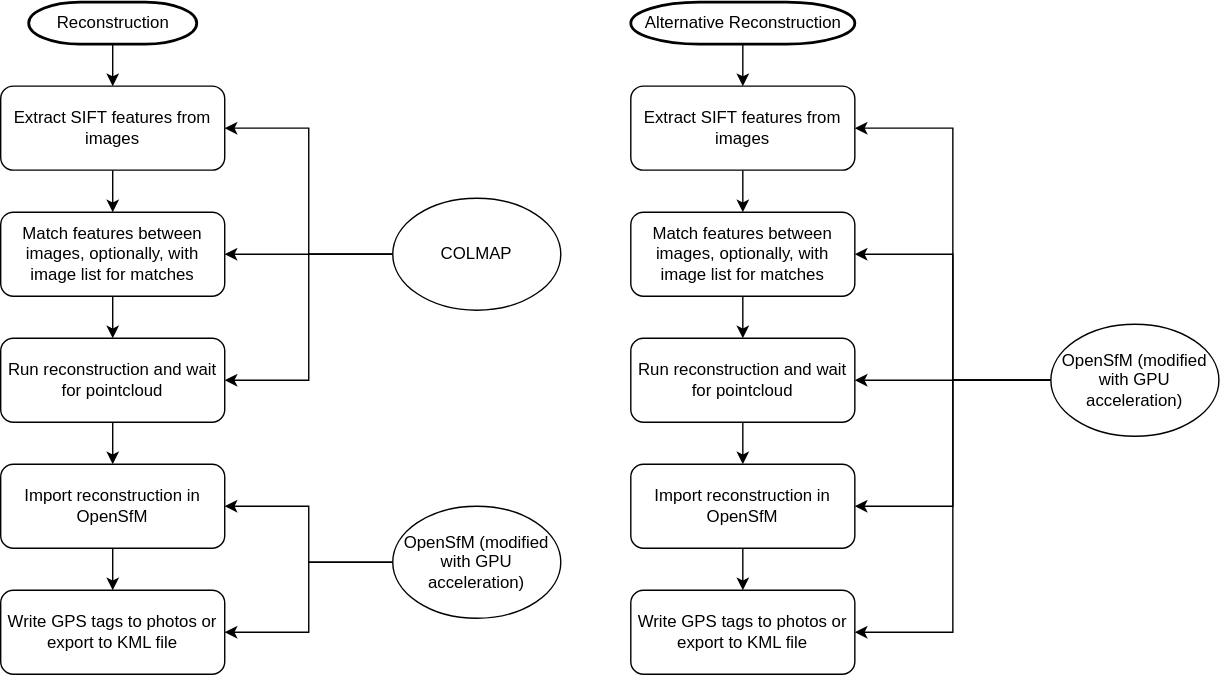
This is flowchart_reconstruction.svg from wiktoraleksanderkaczor/honours_approaches, a draw.io export, as it was before one commit. Source tidied: cells renumbered, new cells last; positions are measured from the earlier drawing's top-left corner, leaving out a move shared by most shapes. Source of this version:
```xml
<mxGraphModel background="#ffffff">
  <root>
    <mxCell id="0" />
    <mxCell id="1" parent="0" />
    <mxCell id="2" style="edgeStyle=orthogonalEdgeStyle;rounded=0;jettySize=auto;html=1;" parent="1" edge="1" source="3" target="5">
      <mxGeometry relative="1" as="geometry" />
    </mxCell>
    <mxCell id="3" value="Reconstruction" style="shape=mxgraph.flowchart.terminator;strokeWidth=2;gradientColor=none;gradientDirection=north;fontStyle=0;html=1;" parent="1" vertex="1">
      <mxGeometry x="20" width="120" height="30" as="geometry" />
    </mxCell>
    <mxCell id="4" style="edgeStyle=orthogonalEdgeStyle;rounded=0;jettySize=auto;html=1;" parent="1" edge="1" source="5" target="9">
      <mxGeometry relative="1" as="geometry" />
    </mxCell>
    <mxCell id="5" value="Extract SIFT features from images" style="rounded=1;whiteSpace=wrap;html=1;" parent="1" vertex="1">
      <mxGeometry y="60" width="160" height="60" as="geometry" />
    </mxCell>
    <mxCell id="6" style="edgeStyle=orthogonalEdgeStyle;rounded=0;jettySize=auto;html=1;" parent="1" edge="1" source="7" target="15">
      <mxGeometry relative="1" as="geometry" />
    </mxCell>
    <mxCell id="7" value="Run reconstruction and wait for pointcloud" style="rounded=1;whiteSpace=wrap;html=1;" parent="1" vertex="1">
      <mxGeometry y="240" width="160" height="60" as="geometry" />
    </mxCell>
    <mxCell id="8" style="edgeStyle=orthogonalEdgeStyle;rounded=0;jettySize=auto;html=1;" parent="1" edge="1" source="9" target="7">
      <mxGeometry relative="1" as="geometry" />
    </mxCell>
    <mxCell id="9" value="Match features between images, optionally, with image list for matches" style="rounded=1;whiteSpace=wrap;html=1;" parent="1" vertex="1">
      <mxGeometry y="150" width="160" height="60" as="geometry" />
    </mxCell>
    <mxCell id="10" style="edgeStyle=orthogonalEdgeStyle;rounded=0;jettySize=auto;html=1;entryX=1;entryY=0.5;entryDx=0;entryDy=0;" parent="1" edge="1" source="13" target="5">
      <mxGeometry relative="1" as="geometry" />
    </mxCell>
    <mxCell id="11" style="edgeStyle=orthogonalEdgeStyle;rounded=0;jettySize=auto;html=1;entryX=1;entryY=0.5;entryDx=0;entryDy=0;" parent="1" edge="1" source="13" target="9">
      <mxGeometry relative="1" as="geometry" />
    </mxCell>
    <mxCell id="12" style="edgeStyle=orthogonalEdgeStyle;rounded=0;jettySize=auto;html=1;entryX=1;entryY=0.5;entryDx=0;entryDy=0;" parent="1" edge="1" source="13" target="7">
      <mxGeometry relative="1" as="geometry" />
    </mxCell>
    <mxCell id="13" value="COLMAP" style="ellipse;whiteSpace=wrap;html=1;" parent="1" vertex="1">
      <mxGeometry x="280" y="140" width="120" height="80" as="geometry" />
    </mxCell>
    <mxCell id="14" style="edgeStyle=orthogonalEdgeStyle;rounded=0;jettySize=auto;html=1;" parent="1" edge="1" source="15" target="16">
      <mxGeometry relative="1" as="geometry" />
    </mxCell>
    <mxCell id="15" value="Import reconstruction in OpenSfM" style="rounded=1;whiteSpace=wrap;html=1;" parent="1" vertex="1">
      <mxGeometry y="330" width="160" height="60" as="geometry" />
    </mxCell>
    <mxCell id="16" value="Write GPS tags to photos or export to KML file" style="rounded=1;whiteSpace=wrap;html=1;" parent="1" vertex="1">
      <mxGeometry y="420" width="160" height="60" as="geometry" />
    </mxCell>
    <mxCell id="17" style="edgeStyle=orthogonalEdgeStyle;rounded=0;jettySize=auto;html=1;" parent="1" edge="1" source="19" target="16">
      <mxGeometry relative="1" as="geometry" />
    </mxCell>
    <mxCell id="18" style="edgeStyle=orthogonalEdgeStyle;rounded=0;jettySize=auto;html=1;entryX=1;entryY=0.5;entryDx=0;entryDy=0;" parent="1" edge="1" source="19" target="15">
      <mxGeometry relative="1" as="geometry" />
    </mxCell>
    <mxCell id="19" value="OpenSfM (modified with GPU acceleration)" style="ellipse;whiteSpace=wrap;html=1;" parent="1" vertex="1">
      <mxGeometry x="280" y="360" width="120" height="80" as="geometry" />
    </mxCell>
    <mxCell id="20" style="edgeStyle=orthogonalEdgeStyle;rounded=0;jettySize=auto;html=1;" parent="1" edge="1" source="21" target="23">
      <mxGeometry relative="1" as="geometry" />
    </mxCell>
    <mxCell id="21" value="Alternative Reconstruction" style="shape=mxgraph.flowchart.terminator;strokeWidth=2;gradientColor=none;gradientDirection=north;fontStyle=0;html=1;" parent="1" vertex="1">
      <mxGeometry x="450" width="160" height="30" as="geometry" />
    </mxCell>
    <mxCell id="22" style="edgeStyle=orthogonalEdgeStyle;rounded=0;jettySize=auto;html=1;" parent="1" edge="1" source="23" target="27">
      <mxGeometry relative="1" as="geometry" />
    </mxCell>
    <mxCell id="23" value="Extract SIFT features from images" style="rounded=1;whiteSpace=wrap;html=1;" parent="1" vertex="1">
      <mxGeometry x="450" y="60" width="160" height="60" as="geometry" />
    </mxCell>
    <mxCell id="24" style="edgeStyle=orthogonalEdgeStyle;rounded=0;jettySize=auto;html=1;" parent="1" edge="1" source="25" target="29">
      <mxGeometry relative="1" as="geometry" />
    </mxCell>
    <mxCell id="25" value="Run reconstruction and wait for pointcloud" style="rounded=1;whiteSpace=wrap;html=1;" parent="1" vertex="1">
      <mxGeometry x="450" y="240" width="160" height="60" as="geometry" />
    </mxCell>
    <mxCell id="26" style="edgeStyle=orthogonalEdgeStyle;rounded=0;jettySize=auto;html=1;" parent="1" edge="1" source="27" target="25">
      <mxGeometry relative="1" as="geometry" />
    </mxCell>
    <mxCell id="27" value="Match features between images, optionally, with image list for matches" style="rounded=1;whiteSpace=wrap;html=1;" parent="1" vertex="1">
      <mxGeometry x="450" y="150" width="160" height="60" as="geometry" />
    </mxCell>
    <mxCell id="28" style="edgeStyle=orthogonalEdgeStyle;rounded=0;jettySize=auto;html=1;" parent="1" edge="1" source="29" target="30">
      <mxGeometry relative="1" as="geometry" />
    </mxCell>
    <mxCell id="29" value="Import reconstruction in OpenSfM" style="rounded=1;whiteSpace=wrap;html=1;" parent="1" vertex="1">
      <mxGeometry x="450" y="330" width="160" height="60" as="geometry" />
    </mxCell>
    <mxCell id="30" value="Write GPS tags to photos or export to KML file" style="rounded=1;whiteSpace=wrap;html=1;" parent="1" vertex="1">
      <mxGeometry x="450" y="420" width="160" height="60" as="geometry" />
    </mxCell>
    <mxCell id="31" style="edgeStyle=orthogonalEdgeStyle;rounded=0;jettySize=auto;html=1;entryX=1;entryY=0.5;entryDx=0;entryDy=0;" parent="1" edge="1" source="36" target="23">
      <mxGeometry relative="1" as="geometry" />
    </mxCell>
    <mxCell id="32" style="edgeStyle=orthogonalEdgeStyle;rounded=0;jettySize=auto;html=1;entryX=1;entryY=0.5;entryDx=0;entryDy=0;" parent="1" edge="1" source="36" target="27">
      <mxGeometry relative="1" as="geometry" />
    </mxCell>
    <mxCell id="33" style="edgeStyle=orthogonalEdgeStyle;rounded=0;jettySize=auto;html=1;entryX=1;entryY=0.5;entryDx=0;entryDy=0;" parent="1" edge="1" source="36" target="25">
      <mxGeometry relative="1" as="geometry" />
    </mxCell>
    <mxCell id="34" style="edgeStyle=orthogonalEdgeStyle;rounded=0;jettySize=auto;html=1;entryX=1;entryY=0.5;entryDx=0;entryDy=0;" parent="1" edge="1" source="36" target="29">
      <mxGeometry relative="1" as="geometry" />
    </mxCell>
    <mxCell id="35" style="edgeStyle=orthogonalEdgeStyle;rounded=0;jettySize=auto;html=1;entryX=1;entryY=0.5;entryDx=0;entryDy=0;" parent="1" edge="1" source="36" target="30">
      <mxGeometry relative="1" as="geometry" />
    </mxCell>
    <mxCell id="36" value="OpenSfM (modified with GPU acceleration)" style="ellipse;whiteSpace=wrap;html=1;" parent="1" vertex="1">
      <mxGeometry x="750" y="230" width="120" height="80" as="geometry" />
    </mxCell>
  </root>
</mxGraphModel>
```
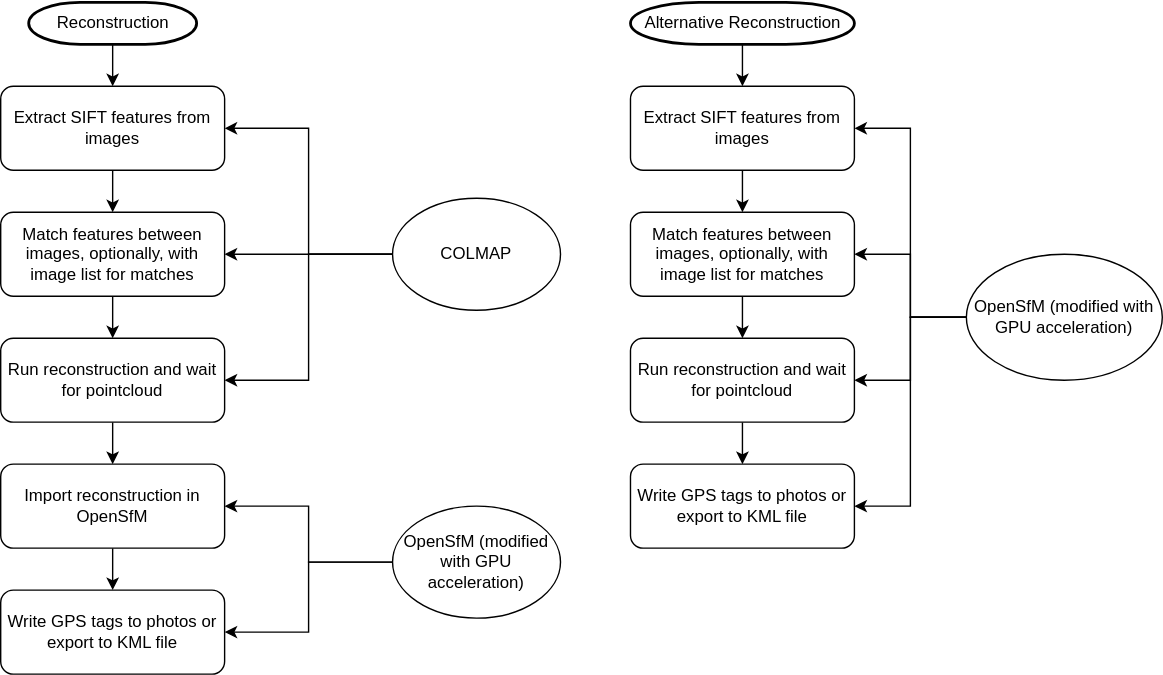
Above is the later version.

Change to the diagram source:
```diff
@@ -68,9 +68,9 @@
     <mxCell id="23" value="Extract SIFT features from images" style="rounded=1;whiteSpace=wrap;html=1;" parent="1" vertex="1">
       <mxGeometry x="450" y="60" width="160" height="60" as="geometry" />
     </mxCell>
-    <mxCell id="24" style="edgeStyle=orthogonalEdgeStyle;rounded=0;jettySize=auto;html=1;" parent="1" edge="1" source="25" target="29">
-      <mxGeometry relative="1" as="geometry" />
-    </mxCell>
+    <mxCell id="37" style="edgeStyle=orthogonalEdgeStyle;rounded=0;jettySize=auto;html=1;" parent="1" edge="1" source="25" target="30">
+      <mxGeometry relative="1" as="geometry" />
+    </mxCell>
     <mxCell id="25" value="Run reconstruction and wait for pointcloud" style="rounded=1;whiteSpace=wrap;html=1;" parent="1" vertex="1">
       <mxGeometry x="450" y="240" width="160" height="60" as="geometry" />
     </mxCell>
@@ -80,14 +80,8 @@
     <mxCell id="27" value="Match features between images, optionally, with image list for matches" style="rounded=1;whiteSpace=wrap;html=1;" parent="1" vertex="1">
       <mxGeometry x="450" y="150" width="160" height="60" as="geometry" />
     </mxCell>
-    <mxCell id="28" style="edgeStyle=orthogonalEdgeStyle;rounded=0;jettySize=auto;html=1;" parent="1" edge="1" source="29" target="30">
-      <mxGeometry relative="1" as="geometry" />
-    </mxCell>
-    <mxCell id="29" value="Import reconstruction in OpenSfM" style="rounded=1;whiteSpace=wrap;html=1;" parent="1" vertex="1">
-      <mxGeometry x="450" y="330" width="160" height="60" as="geometry" />
-    </mxCell>
     <mxCell id="30" value="Write GPS tags to photos or export to KML file" style="rounded=1;whiteSpace=wrap;html=1;" parent="1" vertex="1">
-      <mxGeometry x="450" y="420" width="160" height="60" as="geometry" />
+      <mxGeometry x="450" y="330" width="160" height="60" as="geometry" />
     </mxCell>
     <mxCell id="31" style="edgeStyle=orthogonalEdgeStyle;rounded=0;jettySize=auto;html=1;entryX=1;entryY=0.5;entryDx=0;entryDy=0;" parent="1" edge="1" source="36" target="23">
       <mxGeometry relative="1" as="geometry" />
@@ -98,14 +92,11 @@
     <mxCell id="33" style="edgeStyle=orthogonalEdgeStyle;rounded=0;jettySize=auto;html=1;entryX=1;entryY=0.5;entryDx=0;entryDy=0;" parent="1" edge="1" source="36" target="25">
       <mxGeometry relative="1" as="geometry" />
     </mxCell>
-    <mxCell id="34" style="edgeStyle=orthogonalEdgeStyle;rounded=0;jettySize=auto;html=1;entryX=1;entryY=0.5;entryDx=0;entryDy=0;" parent="1" edge="1" source="36" target="29">
-      <mxGeometry relative="1" as="geometry" />
-    </mxCell>
     <mxCell id="35" style="edgeStyle=orthogonalEdgeStyle;rounded=0;jettySize=auto;html=1;entryX=1;entryY=0.5;entryDx=0;entryDy=0;" parent="1" edge="1" source="36" target="30">
       <mxGeometry relative="1" as="geometry" />
     </mxCell>
     <mxCell id="36" value="OpenSfM (modified with GPU acceleration)" style="ellipse;whiteSpace=wrap;html=1;" parent="1" vertex="1">
-      <mxGeometry x="750" y="230" width="120" height="80" as="geometry" />
+      <mxGeometry x="690" y="180" width="140" height="90" as="geometry" />
     </mxCell>
   </root>
 </mxGraphModel>
```
